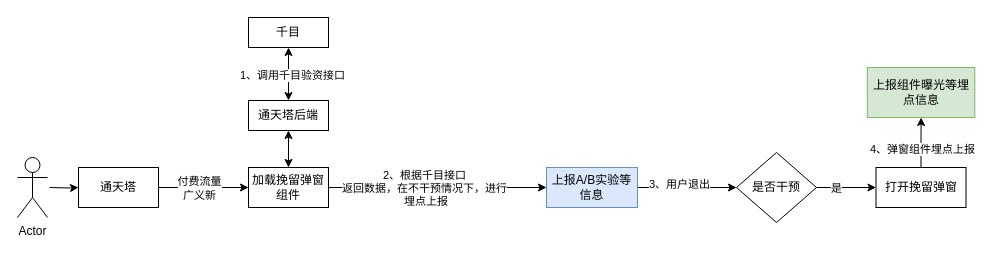
Above: 挽留弹窗ab实验.drawio in BlankKelly/diagrams (draw.io), before the change. Source tidied: cells renumbered, new cells numbered last; positions are measured from the earlier drawing's top-left corner, leaving out a move shared by most shapes. Both pictures are drawn from the tidied source at 100%, with x=0, y=0 at pixel (17, 17).
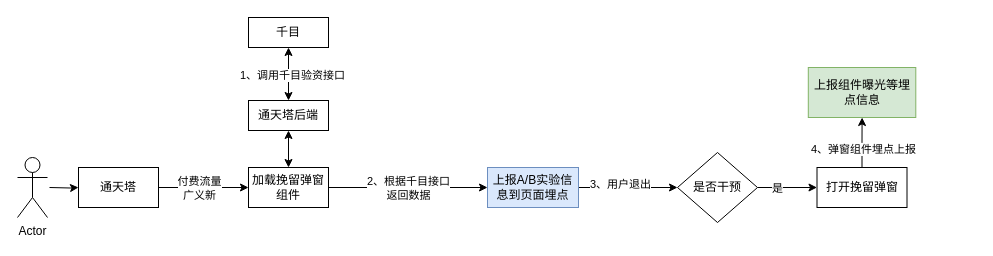
Above is the later version.

Commit message:
更新挽留弹窗ab实验.drawio

The change refers to these unchanged cells:
```xml
<mxCell id="18" style="edgeStyle=orthogonalEdgeStyle;rounded=0;jettySize=auto;html=1;" parent="1" edge="1" source="20" target="9">
  <mxGeometry relative="1" as="geometry" />
</mxCell>
```

Diff of the diagram source:
```diff
@@
-    <mxCell id="9" value="上报A/B实验等信息" style="rounded=0;whiteSpace=wrap;html=1;fillColor=#dae8fc;strokeColor=#6c8ebf;" parent="1" vertex="1">
-      <mxGeometry x="529" y="150" width="91" height="40" as="geometry" />
+    <mxCell id="9" value="上报A/B实验信息到页面埋点" style="rounded=0;whiteSpace=wrap;html=1;fillColor=#dae8fc;strokeColor=#6c8ebf;" parent="1" vertex="1">
+      <mxGeometry x="470" y="150" width="91" height="40" as="geometry" />
     </mxCell>
@@
     <mxCell id="12" value="是否干预" style="rhombus;whiteSpace=wrap;html=1;" parent="1" vertex="1">
-      <mxGeometry x="719" y="135" width="80" height="70" as="geometry" />
+      <mxGeometry x="660" y="135" width="80" height="70" as="geometry" />
     </mxCell>
@@
     <mxCell id="15" value="打开挽留弹窗" style="whiteSpace=wrap;html=1;" parent="1" vertex="1">
-      <mxGeometry x="858.5" y="150" width="90" height="40" as="geometry" />
+      <mxGeometry x="799.5" y="150" width="90" height="40" as="geometry" />
     </mxCell>
     <mxCell id="16" value="上报组件曝光等埋点信息" style="whiteSpace=wrap;html=1;fillColor=#d5e8d4;strokeColor=#82b366;" parent="1" vertex="1">
-      <mxGeometry x="849.8" y="50" width="107.5" height="50" as="geometry" />
+      <mxGeometry x="790.8" y="50" width="107.5" height="50" as="geometry" />
     </mxCell>
@@
-    <mxCell id="19" value="2、根据千目接口&lt;br style=&quot;border-color: var(--border-color);&quot;&gt;返回数据，在不干预情况下，进行&lt;br&gt;&amp;nbsp;埋点上报" style="edgeLabel;html=1;align=center;verticalAlign=middle;" parent="18" vertex="1">
+    <mxCell id="19" value="2、根据千目接口&lt;br style=&quot;border-color: var(--border-color);&quot;&gt;返回数据" style="edgeLabel;html=1;align=center;verticalAlign=middle;" parent="18" vertex="1">
       <mxGeometry x="-0.22" y="-1" relative="1" as="geometry">
-        <mxPoint x="10" y="-1" as="offset" />
+        <mxPoint x="17" y="-1" as="offset" />
       </mxGeometry>
     </mxCell>
```
